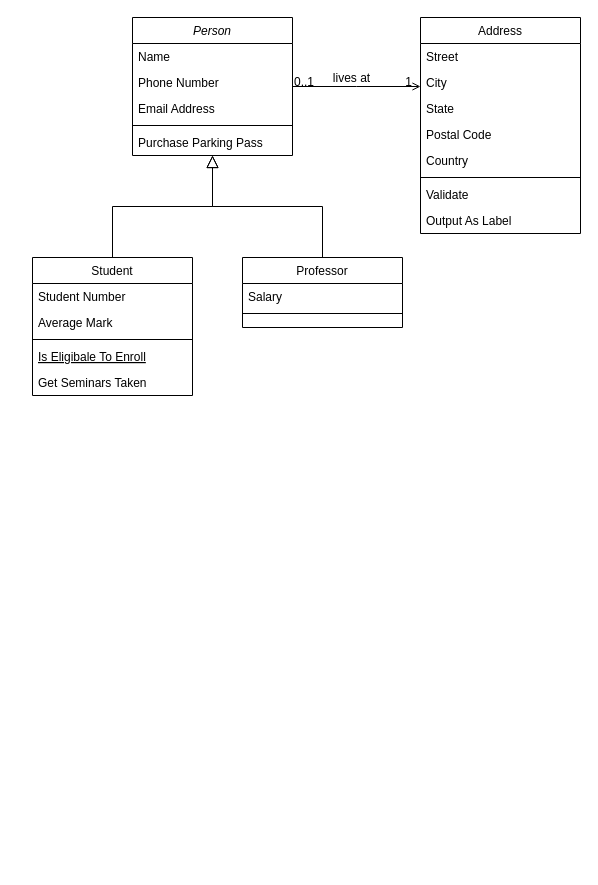
The draw.io diagram class_graph.drawio in cjaack2/Images_Repository, before the edit. Source tidied: cells renumbered, new cells numbered last; positions are measured from the earlier drawing's top-left corner, leaving out a move shared by most shapes. Both pictures are drawn from the tidied source at 100%, with x=0, y=0 at pixel (32, 17).
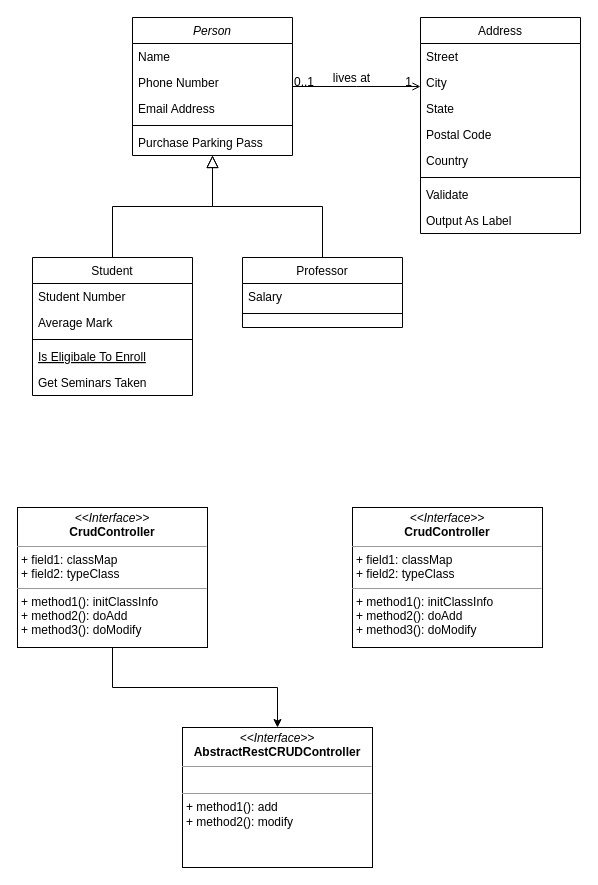
The same diagram, later.

Change to the diagram source:
```diff
@@
+    <mxCell id="32" style="edgeStyle=orthogonalEdgeStyle;rounded=0;jettySize=auto;html=1;" parent="1" edge="1" source="33" target="34">
+      <mxGeometry relative="1" as="geometry" />
+    </mxCell>
+    <mxCell id="33" value="&lt;p style=&quot;margin: 0px ; margin-top: 4px ; text-align: center&quot;&gt;&lt;i&gt;&amp;lt;&amp;lt;Interface&amp;gt;&amp;gt;&lt;/i&gt;&lt;br&gt;&lt;b&gt;CrudController&lt;/b&gt;&lt;br&gt;&lt;/p&gt;&lt;hr size=&quot;1&quot;&gt;&lt;p style=&quot;margin: 0px ; margin-left: 4px&quot;&gt;+ field1: classMap&lt;br&gt;+ field2: typeClass&lt;/p&gt;&lt;hr size=&quot;1&quot;&gt;&lt;p style=&quot;margin: 0px ; margin-left: 4px&quot;&gt;+ method1(): initClassInfo&lt;br&gt;+ method2(): doAdd&lt;/p&gt;&lt;p style=&quot;margin: 0px ; margin-left: 4px&quot;&gt;+ method3(): doModify&lt;br&gt;&lt;/p&gt;" style="verticalAlign=top;align=left;overflow=fill;fontSize=12;fontFamily=Helvetica;html=1;" parent="1" vertex="1">
+      <mxGeometry x="-15" y="490" width="190" height="140" as="geometry" />
+    </mxCell>
+    <mxCell id="34" value="&lt;p style=&quot;margin: 0px ; margin-top: 4px ; text-align: center&quot;&gt;&lt;i&gt;&amp;lt;&amp;lt;Interface&amp;gt;&amp;gt;&lt;/i&gt;&lt;br&gt;&lt;b&gt;AbstractRestCRUDController&lt;/b&gt;&lt;br&gt;&lt;/p&gt;&lt;hr size=&quot;1&quot;&gt;&lt;p style=&quot;margin: 0px ; margin-left: 4px&quot;&gt;&lt;br&gt;&lt;/p&gt;&lt;hr size=&quot;1&quot;&gt;&lt;p style=&quot;margin: 0px ; margin-left: 4px&quot;&gt;+ method1(): add&lt;br&gt;+ method2(): modify&lt;/p&gt;" style="verticalAlign=top;align=left;overflow=fill;fontSize=12;fontFamily=Helvetica;html=1;" parent="1" vertex="1">
+      <mxGeometry x="150" y="710" width="190" height="140" as="geometry" />
+    </mxCell>
+    <mxCell id="35" value="&lt;p style=&quot;margin: 0px ; margin-top: 4px ; text-align: center&quot;&gt;&lt;i&gt;&amp;lt;&amp;lt;Interface&amp;gt;&amp;gt;&lt;/i&gt;&lt;br&gt;&lt;b&gt;CrudController&lt;/b&gt;&lt;br&gt;&lt;/p&gt;&lt;hr size=&quot;1&quot;&gt;&lt;p style=&quot;margin: 0px ; margin-left: 4px&quot;&gt;+ field1: classMap&lt;br&gt;+ field2: typeClass&lt;/p&gt;&lt;hr size=&quot;1&quot;&gt;&lt;p style=&quot;margin: 0px ; margin-left: 4px&quot;&gt;+ method1(): initClassInfo&lt;br&gt;+ method2(): doAdd&lt;/p&gt;&lt;p style=&quot;margin: 0px ; margin-left: 4px&quot;&gt;+ method3(): doModify&lt;br&gt;&lt;/p&gt;" style="verticalAlign=top;align=left;overflow=fill;fontSize=12;fontFamily=Helvetica;html=1;" parent="1" vertex="1">
+      <mxGeometry x="320" y="490" width="190" height="140" as="geometry" />
+    </mxCell>
```
